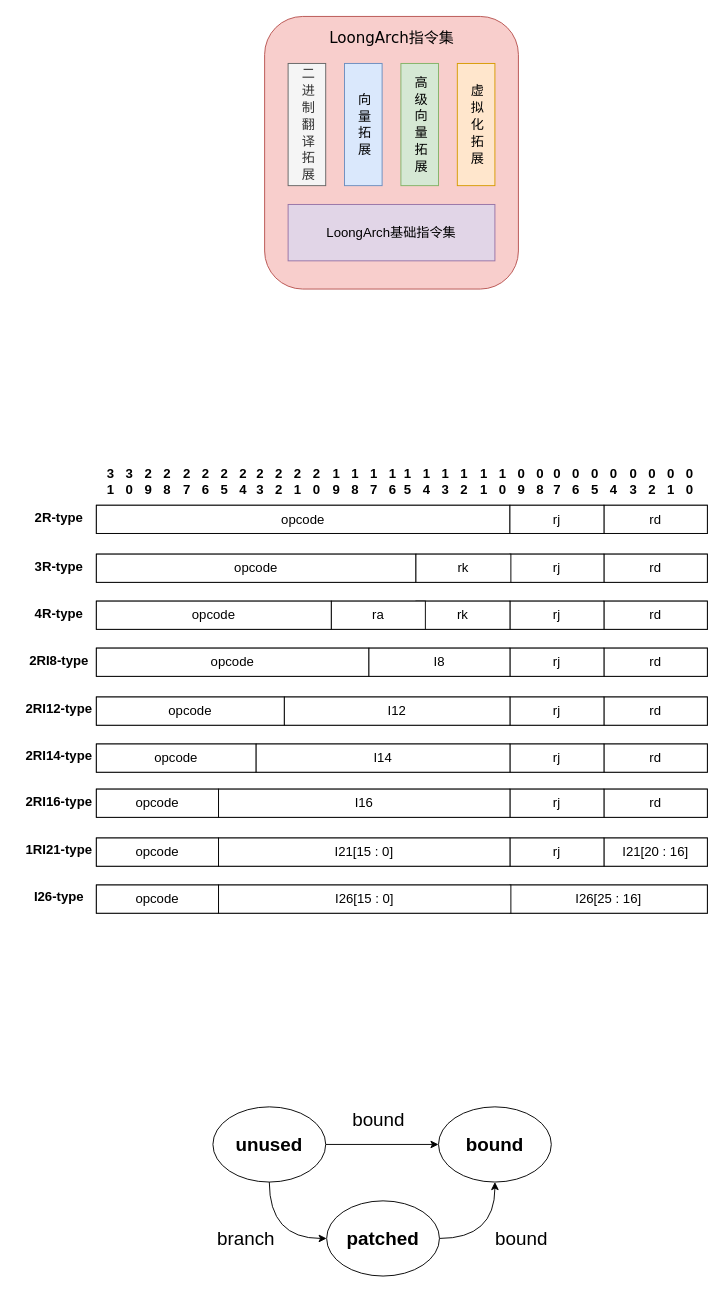
Earlier version of the draw.io diagram LoongArch.drawio (f123888/Draw.IO). Source tidied: cells renumbered, new cells numbered last; positions are measured from the earlier drawing's top-left corner, leaving out a move shared by most shapes. Both pictures are drawn from the tidied source at 94%, with x=0, y=0 at pixel (16, 16).
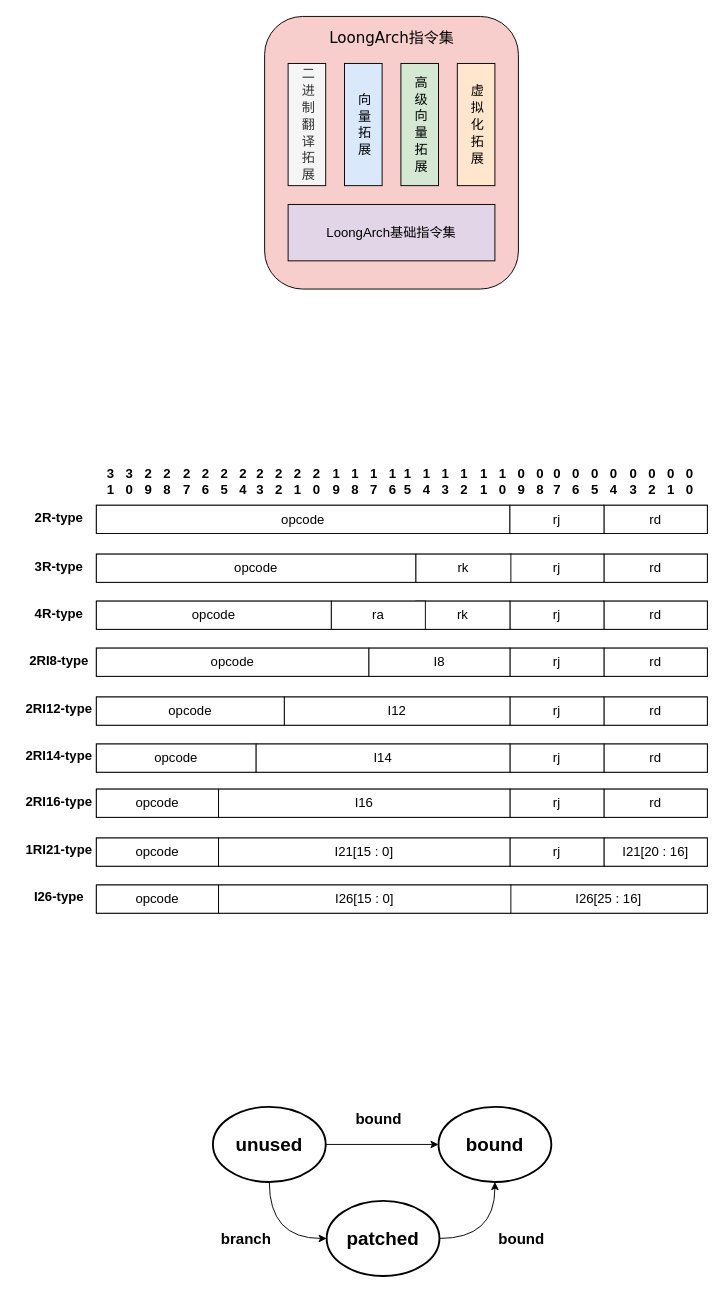
After the change.

The edit, as a diff of the source:
```diff
@@
-    <mxCell id="2" style="rounded=1;whiteSpace=wrap;html=1;fillColor=#f8cecc;strokeColor=#b85450;" parent="1" vertex="1">
+    <mxCell id="2" style="rounded=1;whiteSpace=wrap;html=1;fillColor=#f8cecc;strokeColor=default;" parent="1" vertex="1">
       <mxGeometry x="264" width="270" height="290" as="geometry" />
     </mxCell>
-    <mxCell id="3" value="&lt;font style=&quot;font-size: 14px;&quot;&gt;二 进 制 翻 译 拓 展&lt;/font&gt;" style="rounded=0;whiteSpace=wrap;html=1;direction=east;flipH=1;flipV=0;textDirection=vertical-lr;fillColor=#f5f5f5;fontColor=#333333;strokeColor=#666666;" parent="1" vertex="1">
+    <mxCell id="3" value="&lt;font style=&quot;font-size: 14px;&quot;&gt;二 进 制 翻 译 拓 展&lt;/font&gt;" style="rounded=0;whiteSpace=wrap;html=1;direction=east;flipH=1;flipV=0;textDirection=vertical-lr;fillColor=#f5f5f5;fontColor=#333333;strokeColor=default;" parent="1" vertex="1">
       <mxGeometry x="289" y="50" width="40" height="130" as="geometry" />
     </mxCell>
-    <mxCell id="4" value="&lt;font style=&quot;font-size: 14px;&quot;&gt;向 量 拓 展&lt;/font&gt;" style="rounded=0;whiteSpace=wrap;html=1;direction=east;flipH=1;flipV=0;textDirection=vertical-lr;fillColor=#dae8fc;strokeColor=#6c8ebf;" parent="1" vertex="1">
+    <mxCell id="4" value="&lt;font style=&quot;font-size: 14px;&quot;&gt;向 量 拓 展&lt;/font&gt;" style="rounded=0;whiteSpace=wrap;html=1;direction=east;flipH=1;flipV=0;textDirection=vertical-lr;fillColor=#dae8fc;strokeColor=default;" parent="1" vertex="1">
       <mxGeometry x="349" y="50" width="40" height="130" as="geometry" />
     </mxCell>
-    <mxCell id="5" value="&lt;font style=&quot;font-size: 14px;&quot;&gt;高 级 向 量 拓 展&lt;/font&gt;" style="rounded=0;whiteSpace=wrap;html=1;direction=east;flipH=1;flipV=0;textDirection=vertical-lr;fillColor=#d5e8d4;strokeColor=#82b366;" parent="1" vertex="1">
+    <mxCell id="5" value="&lt;font style=&quot;font-size: 14px;&quot;&gt;高 级 向 量 拓 展&lt;/font&gt;" style="rounded=0;whiteSpace=wrap;html=1;direction=east;flipH=1;flipV=0;textDirection=vertical-lr;fillColor=#d5e8d4;strokeColor=default;" parent="1" vertex="1">
       <mxGeometry x="409" y="50" width="40" height="130" as="geometry" />
     </mxCell>
-    <mxCell id="6" value="&lt;font style=&quot;font-size: 14px;&quot;&gt;虚 拟 化 拓 展&lt;/font&gt;" style="rounded=0;whiteSpace=wrap;html=1;direction=east;flipH=1;flipV=0;textDirection=vertical-lr;fillColor=#ffe6cc;strokeColor=#d79b00;" parent="1" vertex="1">
+    <mxCell id="6" value="&lt;font style=&quot;font-size: 14px;&quot;&gt;虚 拟 化 拓 展&lt;/font&gt;" style="rounded=0;whiteSpace=wrap;html=1;direction=east;flipH=1;flipV=0;textDirection=vertical-lr;fillColor=#ffe6cc;strokeColor=default;" parent="1" vertex="1">
       <mxGeometry x="469" y="50" width="40" height="130" as="geometry" />
     </mxCell>
-    <mxCell id="7" value="&lt;font style=&quot;font-size: 14px;&quot;&gt;LoongArch基础指令集&lt;/font&gt;" style="rounded=0;whiteSpace=wrap;html=1;fillColor=#e1d5e7;strokeColor=#9673a6;" parent="1" vertex="1">
+    <mxCell id="7" value="&lt;font style=&quot;font-size: 14px;&quot;&gt;LoongArch基础指令集&lt;/font&gt;" style="rounded=0;whiteSpace=wrap;html=1;fillColor=#e1d5e7;strokeColor=default;" parent="1" vertex="1">
       <mxGeometry x="289" y="200" width="220" height="60" as="geometry" />
     </mxCell>
@@
-    <mxCell id="96" value="&lt;b style=&quot;&quot;&gt;&lt;font style=&quot;font-size: 20px;&quot;&gt;unused&lt;/font&gt;&lt;/b&gt;" style="ellipse;whiteSpace=wrap;html=1;" parent="1" vertex="1">
+    <mxCell id="96" value="&lt;b style=&quot;&quot;&gt;&lt;font style=&quot;font-size: 20px;&quot;&gt;unused&lt;/font&gt;&lt;/b&gt;" style="ellipse;whiteSpace=wrap;html=1;strokeWidth=2;" parent="1" vertex="1">
       <mxGeometry x="209" y="1160" width="120" height="80" as="geometry" />
     </mxCell>
-    <mxCell id="97" value="&lt;b style=&quot;&quot;&gt;&lt;font style=&quot;font-size: 20px;&quot;&gt;bound&lt;/font&gt;&lt;/b&gt;" style="ellipse;whiteSpace=wrap;html=1;" parent="1" vertex="1">
+    <mxCell id="97" value="&lt;b style=&quot;&quot;&gt;&lt;font style=&quot;font-size: 20px;&quot;&gt;bound&lt;/font&gt;&lt;/b&gt;" style="ellipse;whiteSpace=wrap;html=1;strokeWidth=2;" parent="1" vertex="1">
       <mxGeometry x="449" y="1160" width="120" height="80" as="geometry" />
     </mxCell>
@@
-    <mxCell id="99" value="&lt;b style=&quot;&quot;&gt;&lt;font style=&quot;font-size: 20px;&quot;&gt;patched&lt;/font&gt;&lt;/b&gt;" style="ellipse;whiteSpace=wrap;html=1;" parent="1" vertex="1">
+    <mxCell id="99" value="&lt;b style=&quot;&quot;&gt;&lt;font style=&quot;font-size: 20px;&quot;&gt;patched&lt;/font&gt;&lt;/b&gt;" style="ellipse;whiteSpace=wrap;html=1;strokeWidth=2;" parent="1" vertex="1">
       <mxGeometry x="330" y="1260" width="120" height="80" as="geometry" />
     </mxCell>
-    <mxCell id="100" value="&lt;font style=&quot;font-size: 20px;&quot;&gt;bound&lt;/font&gt;" style="text;html=1;align=center;verticalAlign=middle;strokeColor=none;fillColor=none;" parent="1" vertex="1">
-      <mxGeometry x="345" y="1153" width="80" height="40" as="geometry" />
+    <mxCell id="100" value="&lt;font style=&quot;font-size: 16px;&quot;&gt;&lt;b style=&quot;&quot;&gt;bound&lt;/b&gt;&lt;/font&gt;" style="text;html=1;align=center;verticalAlign=middle;strokeColor=none;fillColor=none;" parent="1" vertex="1">
+      <mxGeometry x="350" y="1158" width="70" height="30" as="geometry" />
     </mxCell>
-    <mxCell id="101" value="&lt;font style=&quot;font-size: 20px;&quot;&gt;branch&lt;/font&gt;" style="text;html=1;align=center;verticalAlign=middle;strokeColor=none;fillColor=none;" parent="1" vertex="1">
-      <mxGeometry x="204" y="1280" width="80" height="40" as="geometry" />
+    <mxCell id="101" value="&lt;font style=&quot;font-size: 16px;&quot;&gt;&lt;b style=&quot;&quot;&gt;branch&lt;/b&gt;&lt;/font&gt;" style="text;html=1;align=center;verticalAlign=middle;strokeColor=none;fillColor=none;" parent="1" vertex="1">
+      <mxGeometry x="204" y="1285" width="80" height="30" as="geometry" />
     </mxCell>
-    <mxCell id="102" value="&lt;font style=&quot;font-size: 20px;&quot;&gt;bound&lt;/font&gt;" style="text;html=1;align=center;verticalAlign=middle;strokeColor=none;fillColor=none;" parent="1" vertex="1">
-      <mxGeometry x="497" y="1280" width="80" height="40" as="geometry" />
+    <mxCell id="102" value="&lt;font style=&quot;font-size: 16px;&quot;&gt;&lt;b style=&quot;&quot;&gt;bound&lt;/b&gt;&lt;/font&gt;" style="text;html=1;align=center;verticalAlign=middle;strokeColor=none;fillColor=none;" parent="1" vertex="1">
+      <mxGeometry x="502" y="1285" width="70" height="30" as="geometry" />
     </mxCell>
```
